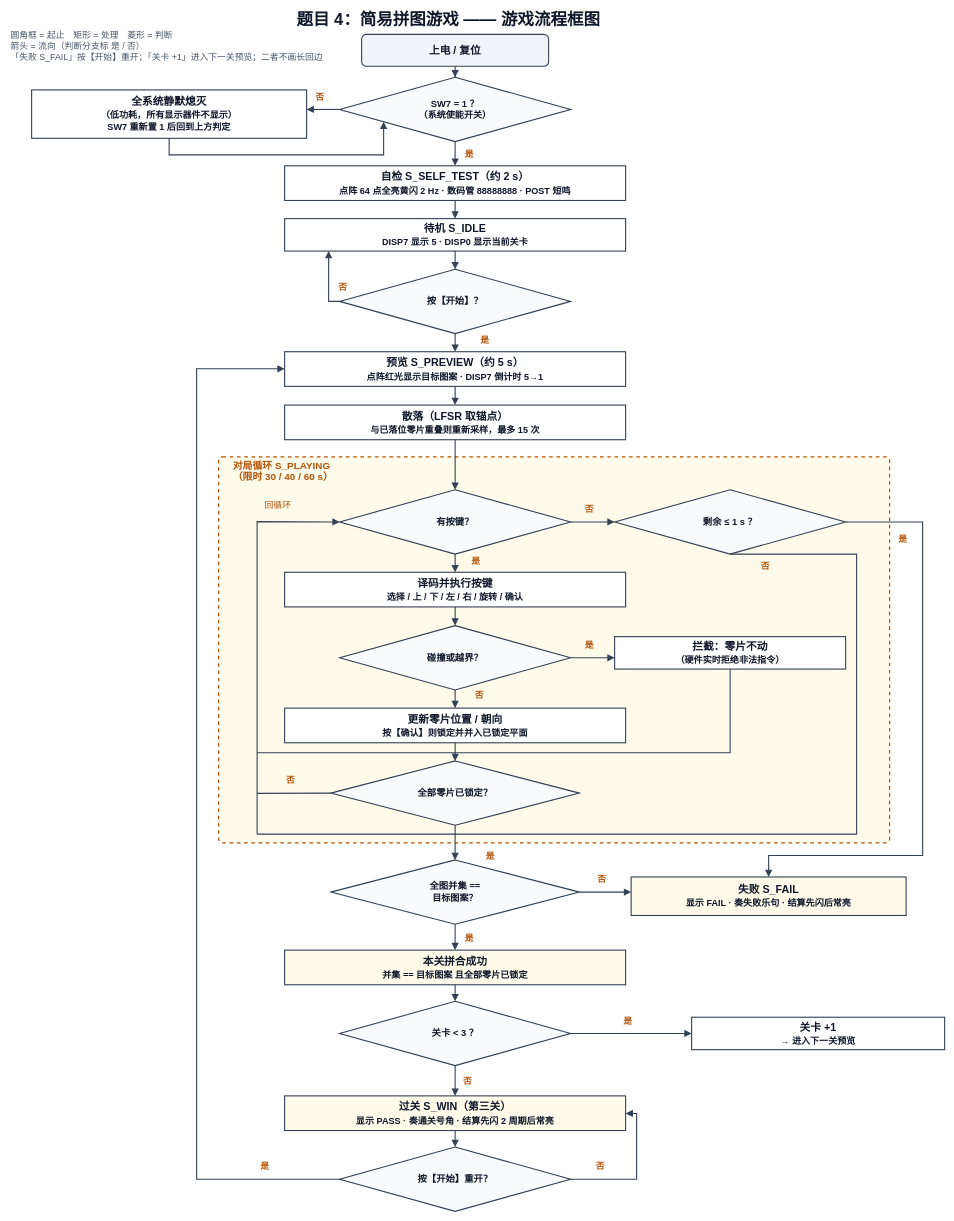
Earlier version of the draw.io diagram docs/report/fig_game_flow.drawio (tortrixx/dld). Source tidied: cells renumbered, new cells numbered last; positions are measured from the earlier drawing's top-left corner, leaving out a move shared by most shapes. Both pictures are drawn from the tidied source at 55%, with x=0, y=0 at pixel (9, 14).
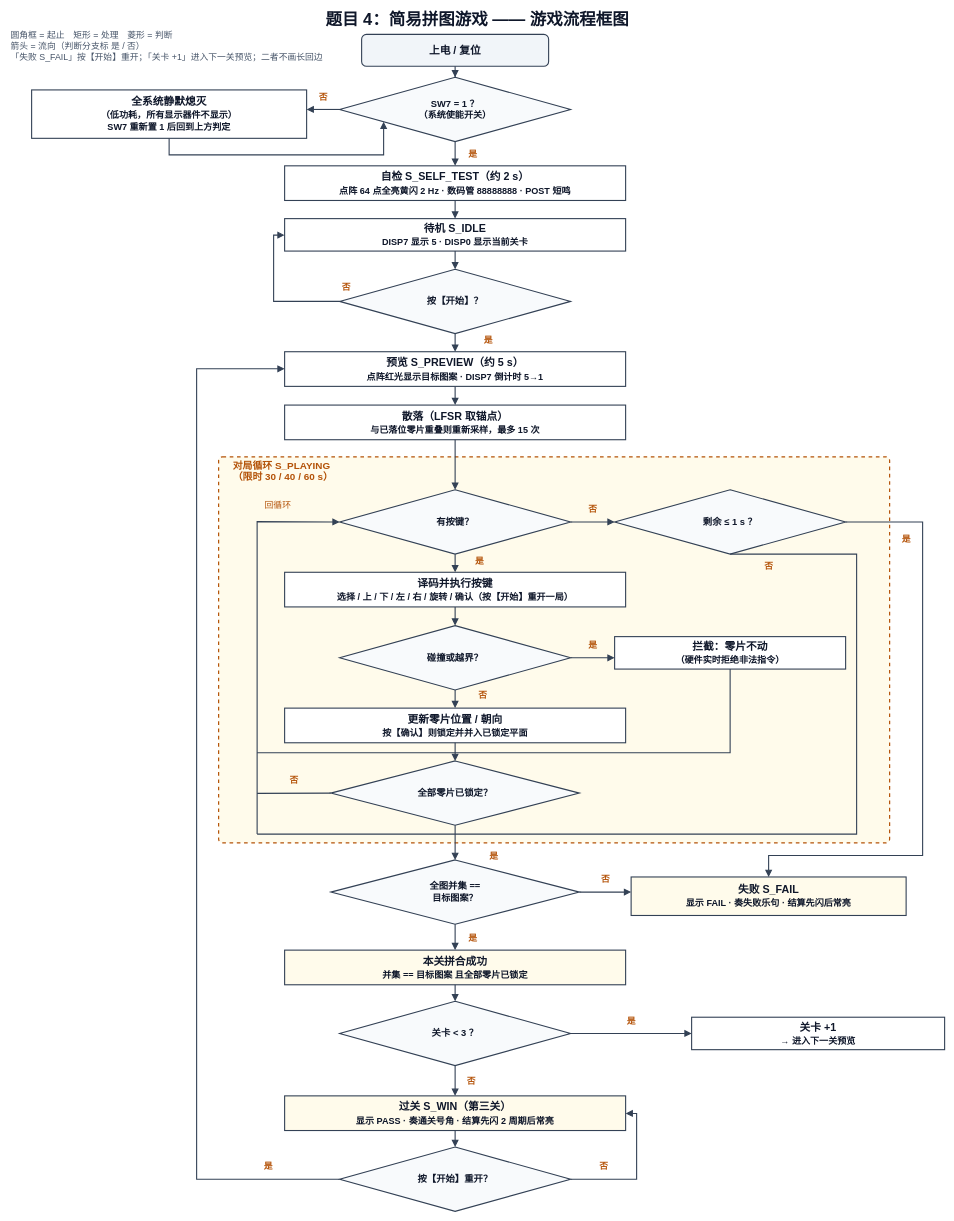
Above is the later version.

Commit message (it also covers changes not shown here):
docs(report): 第三轮工作流审查收尾（fig_game_flow 4 条 + 渲染管线可复现性硬化）

The change refers to these unchanged cells:
```xml
<mxCell id="9" value="&lt;b&gt;待机 S_IDLE&lt;/b&gt;&lt;br&gt;&lt;span style=&quot;font-size:16.5px&quot;&gt;DISP7 显示 5 · DISP0 显示当前关卡&lt;/span&gt;" style="rounded=0;whiteSpace=wrap;html=1;fillColor=#ffffff;strokeColor=#334155;strokeWidth=2;fontSize=19.5;fontFamily=Microsoft YaHei;fontColor=#0F172A;fontStyle=1;align=center;verticalAlign=middle;dashed=0;" parent="1" vertex="1">
  <mxGeometry x="500" y="372" width="620" height="59" as="geometry" />
</mxCell>
<mxCell id="10" value="&lt;b&gt;按【开始】？&lt;/b&gt;" style="shape=rhombus;rounded=0;whiteSpace=wrap;html=1;fillColor=#f8fafc;strokeColor=#334155;strokeWidth=2;fontSize=17;fontFamily=Microsoft YaHei;fontColor=#0F172A;fontStyle=1;align=center;verticalAlign=middle;dashed=0;" parent="1" vertex="1">
  <mxGeometry x="600" y="464" width="420" height="117" as="geometry" />
</mxCell>
```

Change to the diagram source:
```diff
@@
-    <mxCell id="15" value="&lt;b&gt;译码并执行按键&lt;/b&gt;&lt;br&gt;&lt;span style=&quot;font-size:16.5px&quot;&gt;选择 / 上 / 下 / 左 / 右 / 旋转 / 确认&lt;/span&gt;" style="rounded=0;whiteSpace=wrap;html=1;fillColor=#ffffff;strokeColor=#334155;strokeWidth=2;fontSize=19.5;fontFamily=Microsoft YaHei;fontColor=#0F172A;fontStyle=1;align=center;verticalAlign=middle;dashed=0;" parent="1" vertex="1">
+    <mxCell id="15" value="&lt;b&gt;译码并执行按键&lt;/b&gt;&lt;br&gt;&lt;span style=&quot;font-size:16.5px&quot;&gt;选择 / 上 / 下 / 左 / 右 / 旋转 / 确认（按【开始】重开一局）&lt;/span&gt;" style="rounded=0;whiteSpace=wrap;html=1;fillColor=#ffffff;strokeColor=#334155;strokeWidth=2;fontSize=19.5;fontFamily=Microsoft YaHei;fontColor=#0F172A;fontStyle=1;align=center;verticalAlign=middle;dashed=0;" parent="1" vertex="1">
       <mxGeometry x="500" y="1015" width="620" height="63" as="geometry" />
     </mxCell>
@@
-    <mxCell id="29" value="否" style="text=;html=1;align=left;verticalAlign=middle;fontSize=16;fontFamily=Microsoft YaHei;fontColor=#b45309;fontStyle=1;strokeColor=none;fillColor=none;spacing=2;" parent="1" vertex="1">
-      <mxGeometry x="554" y="139.5" width="28" height="20" as="geometry" />
+    <mxCell id="29" value="否" style="text=;html=1;align=center;verticalAlign=middle;fontSize=16;fontFamily=Microsoft YaHei;fontColor=#b45309;fontStyle=1;strokeColor=none;fillColor=none;spacing=2;" parent="1" vertex="1">
+      <mxGeometry x="556" y="139.5" width="28" height="20" as="geometry" />
     </mxCell>
@@
-    <mxCell id="31" value="是" style="text=;html=1;align=left;verticalAlign=middle;fontSize=16;fontFamily=Microsoft YaHei;fontColor=#b45309;fontStyle=1;strokeColor=none;fillColor=none;spacing=2;" parent="1" vertex="1">
-      <mxGeometry x="826" y="244" width="28" height="20" as="geometry" />
+    <mxCell id="31" value="是" style="text=;html=1;align=center;verticalAlign=middle;fontSize=16;fontFamily=Microsoft YaHei;fontColor=#b45309;fontStyle=1;strokeColor=none;fillColor=none;spacing=2;" parent="1" vertex="1">
+      <mxGeometry x="828" y="244" width="28" height="20" as="geometry" />
     </mxCell>
@@
     <mxCell id="34" style="edgeStyle=orthogonalEdgeStyle;rounded=0;html=1;endArrow=block;endFill=1;endSize=8;startArrow=none;startFill=0;strokeColor=#334155;strokeWidth=2;fontSize=16;fontFamily=Microsoft YaHei;fontColor=#334155;labelBackgroundColor=#FFFFFF;dashed=0;jettySize=auto;fixDash=1;" parent="1" edge="1" source="10" target="9">
       <mxGeometry relative="1" as="geometry">
         <Array as="points">
-          <mxPoint x="580" y="523" />
-          <mxPoint x="580" y="402" />
+          <mxPoint x="480" y="523" />
+          <mxPoint x="480" y="402" />
         </Array>
       </mxGeometry>
     </mxCell>
-    <mxCell id="35" value="否" style="text=;html=1;align=left;verticalAlign=middle;fontSize=16;fontFamily=Microsoft YaHei;fontColor=#b45309;fontStyle=1;strokeColor=none;fillColor=none;spacing=2;" parent="1" vertex="1">
-      <mxGeometry x="596" y="486" width="28" height="20" as="geometry" />
+    <mxCell id="35" value="否" style="text=;html=1;align=center;verticalAlign=middle;fontSize=16;fontFamily=Microsoft YaHei;fontColor=#b45309;fontStyle=1;strokeColor=none;fillColor=none;spacing=2;" parent="1" vertex="1">
+      <mxGeometry x="598" y="486" width="28" height="20" as="geometry" />
     </mxCell>
@@
-    <mxCell id="37" value="是" style="text=;html=1;align=left;verticalAlign=middle;fontSize=16;fontFamily=Microsoft YaHei;fontColor=#b45309;fontStyle=1;strokeColor=none;fillColor=none;spacing=2;" parent="1" vertex="1">
-      <mxGeometry x="854" y="582" width="28" height="20" as="geometry" />
+    <mxCell id="37" value="是" style="text=;html=1;align=center;verticalAlign=middle;fontSize=16;fontFamily=Microsoft YaHei;fontColor=#b45309;fontStyle=1;strokeColor=none;fillColor=none;spacing=2;" parent="1" vertex="1">
+      <mxGeometry x="856" y="582" width="28" height="20" as="geometry" />
     </mxCell>
@@
-    <mxCell id="41" value="否" style="text=;html=1;align=left;verticalAlign=middle;fontSize=16;fontFamily=Microsoft YaHei;fontColor=#b45309;fontStyle=1;strokeColor=none;fillColor=none;spacing=2;" parent="1" vertex="1">
-      <mxGeometry x="1044" y="889.5" width="28" height="20" as="geometry" />
+    <mxCell id="41" value="否" style="text=;html=1;align=center;verticalAlign=middle;fontSize=16;fontFamily=Microsoft YaHei;fontColor=#b45309;fontStyle=1;strokeColor=none;fillColor=none;spacing=2;" parent="1" vertex="1">
+      <mxGeometry x="1046" y="889.5" width="28" height="20" as="geometry" />
     </mxCell>
@@
-    <mxCell id="43" value="是" style="text=;html=1;align=left;verticalAlign=middle;fontSize=16;fontFamily=Microsoft YaHei;fontColor=#b45309;fontStyle=1;strokeColor=none;fillColor=none;spacing=2;" parent="1" vertex="1">
-      <mxGeometry x="1614" y="944" width="28" height="20" as="geometry" />
+    <mxCell id="43" value="是" style="text=;html=1;align=center;verticalAlign=middle;fontSize=16;fontFamily=Microsoft YaHei;fontColor=#b45309;fontStyle=1;strokeColor=none;fillColor=none;spacing=2;" parent="1" vertex="1">
+      <mxGeometry x="1616" y="944" width="28" height="20" as="geometry" />
     </mxCell>
@@
-    <mxCell id="45" value="是" style="text=;html=1;align=left;verticalAlign=middle;fontSize=16;fontFamily=Microsoft YaHei;fontColor=#b45309;fontStyle=1;strokeColor=none;fillColor=none;spacing=2;" parent="1" vertex="1">
-      <mxGeometry x="838" y="984" width="28" height="20" as="geometry" />
+    <mxCell id="45" value="是" style="text=;html=1;align=center;verticalAlign=middle;fontSize=16;fontFamily=Microsoft YaHei;fontColor=#b45309;fontStyle=1;strokeColor=none;fillColor=none;spacing=2;" parent="1" vertex="1">
+      <mxGeometry x="840" y="984" width="28" height="20" as="geometry" />
     </mxCell>
@@
-    <mxCell id="48" value="是" style="text=;html=1;align=left;verticalAlign=middle;fontSize=16;fontFamily=Microsoft YaHei;fontColor=#b45309;fontStyle=1;strokeColor=none;fillColor=none;spacing=2;" parent="1" vertex="1">
-      <mxGeometry x="1044" y="1136.5" width="28" height="20" as="geometry" />
+    <mxCell id="48" value="是" style="text=;html=1;align=center;verticalAlign=middle;fontSize=16;fontFamily=Microsoft YaHei;fontColor=#b45309;fontStyle=1;strokeColor=none;fillColor=none;spacing=2;" parent="1" vertex="1">
+      <mxGeometry x="1046" y="1136.5" width="28" height="20" as="geometry" />
     </mxCell>
@@
-    <mxCell id="51" value="否" style="text=;html=1;align=left;verticalAlign=middle;fontSize=16;fontFamily=Microsoft YaHei;fontColor=#b45309;fontStyle=1;strokeColor=none;fillColor=none;spacing=2;" parent="1" vertex="1">
-      <mxGeometry x="1364" y="994" width="28" height="20" as="geometry" />
+    <mxCell id="51" value="否" style="text=;html=1;align=center;verticalAlign=middle;fontSize=16;fontFamily=Microsoft YaHei;fontColor=#b45309;fontStyle=1;strokeColor=none;fillColor=none;spacing=2;" parent="1" vertex="1">
+      <mxGeometry x="1366" y="994" width="28" height="20" as="geometry" />
     </mxCell>
@@
-    <mxCell id="53" value="否" style="text=;html=1;align=left;verticalAlign=middle;fontSize=16;fontFamily=Microsoft YaHei;fontColor=#b45309;fontStyle=1;strokeColor=none;fillColor=none;spacing=2;" parent="1" vertex="1">
-      <mxGeometry x="844" y="1228" width="28" height="20" as="geometry" />
+    <mxCell id="53" value="否" style="text=;html=1;align=center;verticalAlign=middle;fontSize=16;fontFamily=Microsoft YaHei;fontColor=#b45309;fontStyle=1;strokeColor=none;fillColor=none;spacing=2;" parent="1" vertex="1">
+      <mxGeometry x="846" y="1228" width="28" height="20" as="geometry" />
     </mxCell>
@@
-    <mxCell id="56" value="是" style="text=;html=1;align=left;verticalAlign=middle;fontSize=16;fontFamily=Microsoft YaHei;fontColor=#b45309;fontStyle=1;strokeColor=none;fillColor=none;spacing=2;" parent="1" vertex="1">
-      <mxGeometry x="864" y="1521" width="28" height="20" as="geometry" />
+    <mxCell id="56" value="是" style="text=;html=1;align=center;verticalAlign=middle;fontSize=16;fontFamily=Microsoft YaHei;fontColor=#b45309;fontStyle=1;strokeColor=none;fillColor=none;spacing=2;" parent="1" vertex="1">
+      <mxGeometry x="866" y="1521" width="28" height="20" as="geometry" />
     </mxCell>
@@
-    <mxCell id="58" value="否" style="text=;html=1;align=left;verticalAlign=middle;fontSize=16;fontFamily=Microsoft YaHei;fontColor=#b45309;fontStyle=1;strokeColor=none;fillColor=none;spacing=2;" parent="1" vertex="1">
-      <mxGeometry x="501" y="1382.5" width="28" height="20" as="geometry" />
+    <mxCell id="58" value="否" style="text=;html=1;align=center;verticalAlign=middle;fontSize=16;fontFamily=Microsoft YaHei;fontColor=#b45309;fontStyle=1;strokeColor=none;fillColor=none;spacing=2;" parent="1" vertex="1">
+      <mxGeometry x="503" y="1382.5" width="28" height="20" as="geometry" />
     </mxCell>
@@
-    <mxCell id="60" value="是" style="text=;html=1;align=left;verticalAlign=middle;fontSize=16;fontFamily=Microsoft YaHei;fontColor=#b45309;fontStyle=1;strokeColor=none;fillColor=none;spacing=2;" parent="1" vertex="1">
-      <mxGeometry x="826" y="1668.5" width="28" height="20" as="geometry" />
+    <mxCell id="60" value="是" style="text=;html=1;align=center;verticalAlign=middle;fontSize=16;fontFamily=Microsoft YaHei;fontColor=#b45309;fontStyle=1;strokeColor=none;fillColor=none;spacing=2;" parent="1" vertex="1">
+      <mxGeometry x="828" y="1668.5" width="28" height="20" as="geometry" />
     </mxCell>
@@
-    <mxCell id="62" value="否" style="text=;html=1;align=left;verticalAlign=middle;fontSize=16;fontFamily=Microsoft YaHei;fontColor=#b45309;fontStyle=1;strokeColor=none;fillColor=none;spacing=2;" parent="1" vertex="1">
-      <mxGeometry x="1067" y="1562.5" width="28" height="20" as="geometry" />
+    <mxCell id="62" value="否" style="text=;html=1;align=center;verticalAlign=middle;fontSize=16;fontFamily=Microsoft YaHei;fontColor=#b45309;fontStyle=1;strokeColor=none;fillColor=none;spacing=2;" parent="1" vertex="1">
+      <mxGeometry x="1069" y="1562.5" width="28" height="20" as="geometry" />
     </mxCell>
@@
-    <mxCell id="65" value="是" style="text=;html=1;align=left;verticalAlign=middle;fontSize=16;fontFamily=Microsoft YaHei;fontColor=#b45309;fontStyle=1;strokeColor=none;fillColor=none;spacing=2;" parent="1" vertex="1">
-      <mxGeometry x="1114" y="1819.5" width="28" height="20" as="geometry" />
+    <mxCell id="65" value="是" style="text=;html=1;align=center;verticalAlign=middle;fontSize=16;fontFamily=Microsoft YaHei;fontColor=#b45309;fontStyle=1;strokeColor=none;fillColor=none;spacing=2;" parent="1" vertex="1">
+      <mxGeometry x="1116" y="1819.5" width="28" height="20" as="geometry" />
     </mxCell>
@@
-    <mxCell id="67" value="否" style="text=;html=1;align=left;verticalAlign=middle;fontSize=16;fontFamily=Microsoft YaHei;fontColor=#b45309;fontStyle=1;strokeColor=none;fillColor=none;spacing=2;" parent="1" vertex="1">
-      <mxGeometry x="823" y="1930" width="28" height="20" as="geometry" />
+    <mxCell id="67" value="否" style="text=;html=1;align=center;verticalAlign=middle;fontSize=16;fontFamily=Microsoft YaHei;fontColor=#b45309;fontStyle=1;strokeColor=none;fillColor=none;spacing=2;" parent="1" vertex="1">
+      <mxGeometry x="825" y="1930" width="28" height="20" as="geometry" />
     </mxCell>
@@
-    <mxCell id="70" value="是" style="text=;html=1;align=left;verticalAlign=middle;fontSize=16;fontFamily=Microsoft YaHei;fontColor=#b45309;fontStyle=1;strokeColor=none;fillColor=none;spacing=2;" parent="1" vertex="1">
-      <mxGeometry x="454" y="2084.5" width="28" height="20" as="geometry" />
+    <mxCell id="70" value="是" style="text=;html=1;align=center;verticalAlign=middle;fontSize=16;fontFamily=Microsoft YaHei;fontColor=#b45309;fontStyle=1;strokeColor=none;fillColor=none;spacing=2;" parent="1" vertex="1">
+      <mxGeometry x="456" y="2084.5" width="28" height="20" as="geometry" />
     </mxCell>
@@
-    <mxCell id="72" value="否" style="text=;html=1;align=left;verticalAlign=middle;fontSize=16;fontFamily=Microsoft YaHei;fontColor=#b45309;fontStyle=1;strokeColor=none;fillColor=none;spacing=2;" parent="1" vertex="1">
-      <mxGeometry x="1064" y="2084.5" width="28" height="20" as="geometry" />
+    <mxCell id="72" value="否" style="text=;html=1;align=center;verticalAlign=middle;fontSize=16;fontFamily=Microsoft YaHei;fontColor=#b45309;fontStyle=1;strokeColor=none;fillColor=none;spacing=2;" parent="1" vertex="1">
+      <mxGeometry x="1066" y="2084.5" width="28" height="20" as="geometry" />
     </mxCell>
@@
-    <mxCell id="76" value="题目 4：简易拼图游戏 —— 游戏流程框图" style="text=;html=1;align=left;verticalAlign=middle;fontSize=30;fontFamily=Microsoft YaHei;fontColor=#0F172A;fontStyle=1;strokeColor=none;fillColor=none;spacing=2;" parent="1" vertex="1">
-      <mxGeometry x="520" width="660" height="20" as="geometry" />
+    <mxCell id="76" value="题目 4：简易拼图游戏 —— 游戏流程框图" style="text=;html=1;align=center;verticalAlign=middle;fontSize=30;fontFamily=Microsoft YaHei;fontColor=#0F172A;fontStyle=1;strokeColor=none;fillColor=none;spacing=2;" parent="1" vertex="1">
+      <mxGeometry x="500" width="700" height="20" as="geometry" />
     </mxCell>
```
